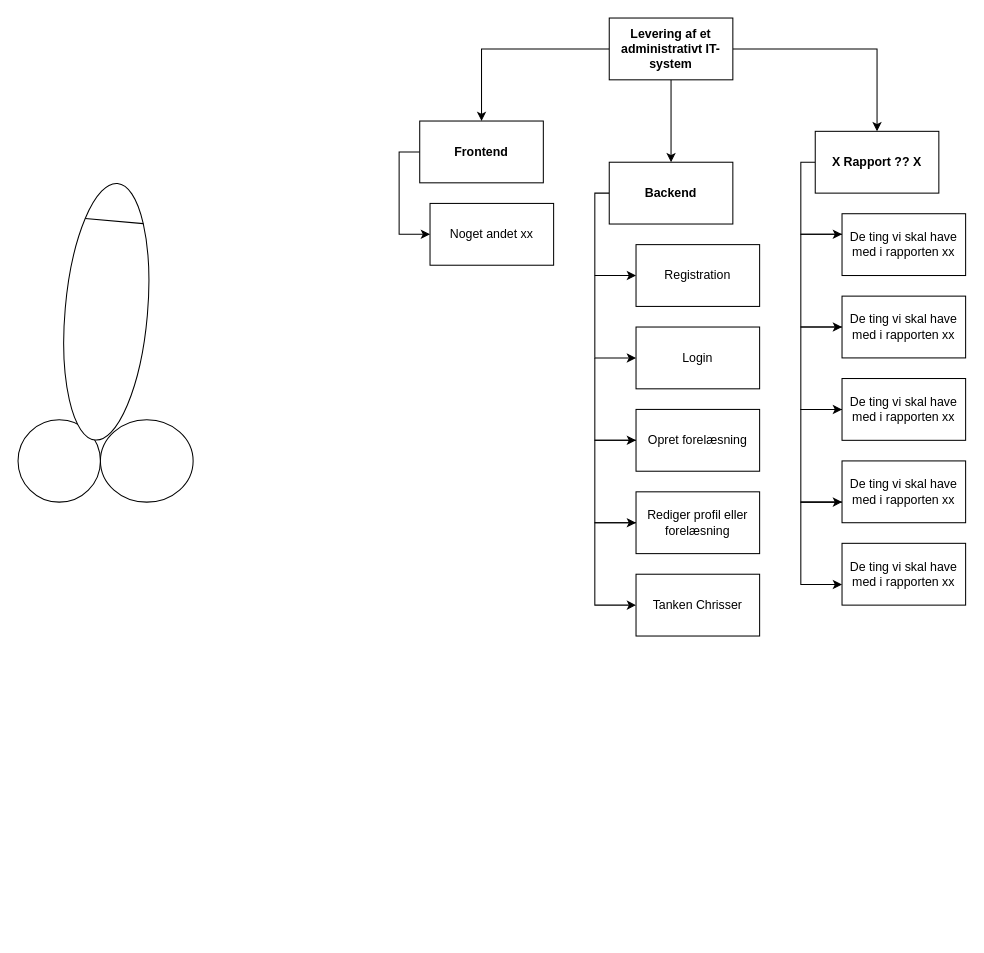
Earlier version of the draw.io diagram PBS ITP Diagram.drawio (ChrisMJAndre/GruppeProjekt-2). Source tidied: cells renumbered, new cells numbered last; positions are measured from the earlier drawing's top-left corner, leaving out a move shared by most shapes. Both pictures are drawn from the tidied source at 103%, with x=0, y=0 at pixel (-23, 18).
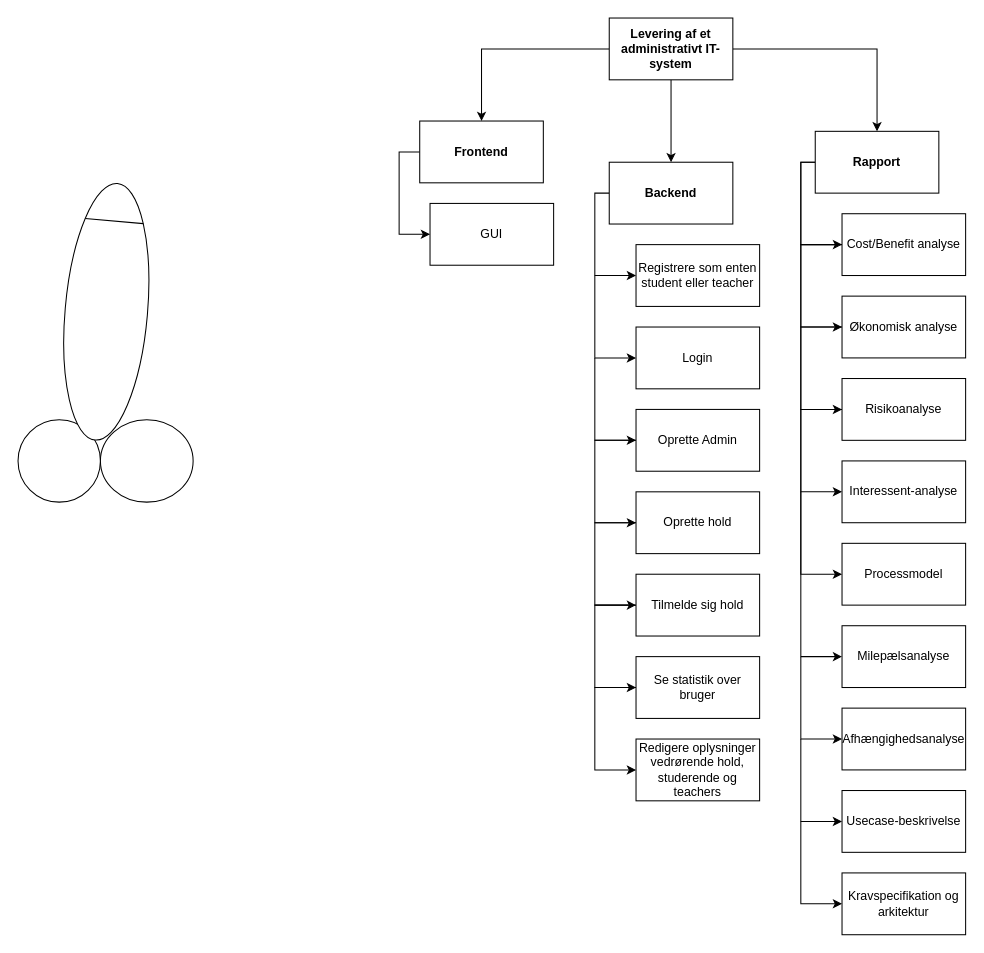
Above is the later version.

The edit, as a diff of the source:
```diff
@@
     <mxCell id="6" style="edgeStyle=orthogonalEdgeStyle;rounded=0;jettySize=auto;html=1;" parent="1" edge="1" source="7" target="9">
       <mxGeometry relative="1" as="geometry">
         <Array as="points">
           <mxPoint x="799" y="140" />
-          <mxPoint x="799" y="210" />
+          <mxPoint x="799" y="220" />
         </Array>
       </mxGeometry>
     </mxCell>
+    <mxCell id="35" style="edgeStyle=orthogonalEdgeStyle;rounded=0;jettySize=auto;html=1;entryX=0;entryY=0.5;entryDx=0;entryDy=0;" parent="1" edge="1" source="7" target="42">
+      <mxGeometry relative="1" as="geometry">
+        <Array as="points">
+          <mxPoint x="799" y="140" />
+          <mxPoint x="799" y="620" />
+        </Array>
+      </mxGeometry>
+    </mxCell>
-    <mxCell id="7" value="&lt;b&gt;X Rapport ?? X&lt;/b&gt;" style="rounded=0;whiteSpace=wrap;html=1;" parent="1" vertex="1">
+    <mxCell id="7" value="&lt;b&gt;Rapport&lt;/b&gt;" style="rounded=0;whiteSpace=wrap;html=1;" parent="1" vertex="1">
       <mxGeometry x="813" y="110" width="120" height="60" as="geometry" />
     </mxCell>
     <mxCell id="8" style="edgeStyle=orthogonalEdgeStyle;rounded=0;jettySize=auto;html=1;" parent="1" edge="1" source="9" target="11">
       <mxGeometry relative="1" as="geometry">
         <Array as="points">
-          <mxPoint x="799" y="210" />
+          <mxPoint x="799" y="220" />
           <mxPoint x="799" y="300" />
         </Array>
       </mxGeometry>
     </mxCell>
-    <mxCell id="9" value="De ting vi skal have med i rapporten xx" style="rounded=0;whiteSpace=wrap;html=1;" parent="1" vertex="1">
+    <mxCell id="9" value="Cost/Benefit analyse" style="rounded=0;whiteSpace=wrap;html=1;" parent="1" vertex="1">
       <mxGeometry x="839" y="190" width="120" height="60" as="geometry" />
     </mxCell>
@@
-    <mxCell id="11" value="De ting vi skal have med i rapporten xx" style="rounded=0;whiteSpace=wrap;html=1;" parent="1" vertex="1">
+    <mxCell id="11" value="Økonomisk analyse" style="rounded=0;whiteSpace=wrap;html=1;" parent="1" vertex="1">
       <mxGeometry x="839" y="270" width="120" height="60" as="geometry" />
     </mxCell>
-    <mxCell id="12" style="edgeStyle=orthogonalEdgeStyle;rounded=0;jettySize=auto;html=1;" parent="1" edge="1" source="13" target="15">
+    <mxCell id="12" style="edgeStyle=orthogonalEdgeStyle;rounded=0;jettySize=auto;html=1;entryX=0;entryY=0.5;entryDx=0;entryDy=0;" parent="1" edge="1" source="13" target="15">
       <mxGeometry relative="1" as="geometry">
         <Array as="points">
           <mxPoint x="799" y="380" />
-          <mxPoint x="799" y="470" />
+          <mxPoint x="799" y="460" />
         </Array>
       </mxGeometry>
     </mxCell>
-    <mxCell id="13" value="De ting vi skal have med i rapporten xx" style="rounded=0;whiteSpace=wrap;html=1;" parent="1" vertex="1">
+    <mxCell id="13" value="Risikoanalyse" style="rounded=0;whiteSpace=wrap;html=1;" parent="1" vertex="1">
       <mxGeometry x="839" y="350" width="120" height="60" as="geometry" />
     </mxCell>
-    <mxCell id="14" style="edgeStyle=orthogonalEdgeStyle;rounded=0;jettySize=auto;html=1;" parent="1" edge="1" source="15" target="16">
+    <mxCell id="14" style="edgeStyle=orthogonalEdgeStyle;rounded=0;jettySize=auto;html=1;" parent="1" edge="1" target="16">
       <mxGeometry relative="1" as="geometry">
+        <mxPoint x="799" y="460" as="sourcePoint" />
         <Array as="points">
-          <mxPoint x="799" y="470" />
-          <mxPoint x="799" y="550" />
+          <mxPoint x="799" y="540" />
         </Array>
       </mxGeometry>
     </mxCell>
-    <mxCell id="15" value="De ting vi skal have med i rapporten xx" style="rounded=0;whiteSpace=wrap;html=1;" parent="1" vertex="1">
+    <mxCell id="15" value="Interessent-analyse" style="rounded=0;whiteSpace=wrap;html=1;" parent="1" vertex="1">
       <mxGeometry x="839" y="430" width="120" height="60" as="geometry" />
     </mxCell>
-    <mxCell id="16" value="De ting vi skal have med i rapporten xx" style="rounded=0;whiteSpace=wrap;html=1;" parent="1" vertex="1">
+    <mxCell id="16" value="Processmodel" style="rounded=0;whiteSpace=wrap;html=1;" parent="1" vertex="1">
       <mxGeometry x="839" y="510" width="120" height="60" as="geometry" />
     </mxCell>
@@
-    <mxCell id="20" value="Registration" style="rounded=0;whiteSpace=wrap;html=1;" parent="1" vertex="1">
+    <mxCell id="20" value="Registrere som enten student eller teacher" style="rounded=0;whiteSpace=wrap;html=1;" parent="1" vertex="1">
       <mxGeometry x="639" y="220" width="120" height="60" as="geometry" />
     </mxCell>
@@
-    <mxCell id="24" value="Opret forelæsning" style="rounded=0;whiteSpace=wrap;html=1;" parent="1" vertex="1">
+    <mxCell id="24" value="Oprette Admin" style="rounded=0;whiteSpace=wrap;html=1;" parent="1" vertex="1">
       <mxGeometry x="639" y="380" width="120" height="60" as="geometry" />
     </mxCell>
@@
-    <mxCell id="26" value="Rediger profil eller forelæsning" style="rounded=0;whiteSpace=wrap;html=1;" parent="1" vertex="1">
+    <mxCell id="26" value="Oprette hold" style="rounded=0;whiteSpace=wrap;html=1;" parent="1" vertex="1">
       <mxGeometry x="639" y="460" width="120" height="60" as="geometry" />
     </mxCell>
-    <mxCell id="27" value="Tanken Chrisser" style="rounded=0;whiteSpace=wrap;html=1;" parent="1" vertex="1">
+    <mxCell id="27" value="Tilmelde sig hold" style="rounded=0;whiteSpace=wrap;html=1;" parent="1" vertex="1">
       <mxGeometry x="639" y="540" width="120" height="60" as="geometry" />
     </mxCell>
@@
-    <mxCell id="30" value="Noget andet xx" style="rounded=0;whiteSpace=wrap;html=1;" parent="1" vertex="1">
+    <mxCell id="30" value="GUI" style="rounded=0;whiteSpace=wrap;html=1;" parent="1" vertex="1">
       <mxGeometry x="439" y="180" width="120" height="60" as="geometry" />
     </mxCell>
@@
+    <mxCell id="36" style="edgeStyle=orthogonalEdgeStyle;rounded=0;orthogonalLoop=1;jettySize=auto;html=1;" parent="1" edge="1">
+      <mxGeometry relative="1" as="geometry">
+        <mxPoint x="639" y="570" as="sourcePoint" />
+        <mxPoint x="639" y="650" as="targetPoint" />
+        <Array as="points">
+          <mxPoint x="599" y="570" />
+          <mxPoint x="599" y="650" />
+        </Array>
+      </mxGeometry>
+    </mxCell>
+    <mxCell id="37" style="edgeStyle=orthogonalEdgeStyle;rounded=0;orthogonalLoop=1;jettySize=auto;html=1;" parent="1" edge="1">
+      <mxGeometry relative="1" as="geometry">
+        <mxPoint x="639" y="650" as="sourcePoint" />
+        <mxPoint x="639" y="730" as="targetPoint" />
+        <Array as="points">
+          <mxPoint x="599" y="650" />
+          <mxPoint x="599" y="730" />
+        </Array>
+      </mxGeometry>
+    </mxCell>
+    <mxCell id="38" value="Redigere oplysninger vedrørende hold, studerende og teachers" style="rounded=0;whiteSpace=wrap;html=1;" parent="1" vertex="1">
+      <mxGeometry x="639" y="700" width="120" height="60" as="geometry" />
+    </mxCell>
+    <mxCell id="39" value="Se statistik over bruger" style="rounded=0;whiteSpace=wrap;html=1;" parent="1" vertex="1">
+      <mxGeometry x="639" y="620" width="120" height="60" as="geometry" />
+    </mxCell>
+    <mxCell id="40" value="Afhængighedsanalyse" style="rounded=0;whiteSpace=wrap;html=1;" parent="1" vertex="1">
+      <mxGeometry x="839" y="670" width="120" height="60" as="geometry" />
+    </mxCell>
+    <mxCell id="41" style="edgeStyle=orthogonalEdgeStyle;rounded=0;jettySize=auto;html=1;entryX=0;entryY=0.5;entryDx=0;entryDy=0;" parent="1" edge="1" target="40">
+      <mxGeometry relative="1" as="geometry">
+        <mxPoint x="799" y="620" as="sourcePoint" />
+        <Array as="points">
+          <mxPoint x="799" y="620" />
+          <mxPoint x="799" y="700" />
+        </Array>
+      </mxGeometry>
+    </mxCell>
+    <mxCell id="42" value="Milepælsanalyse" style="rounded=0;whiteSpace=wrap;html=1;" parent="1" vertex="1">
+      <mxGeometry x="839" y="590" width="120" height="60" as="geometry" />
+    </mxCell>
+    <mxCell id="43" style="edgeStyle=orthogonalEdgeStyle;rounded=0;orthogonalLoop=1;jettySize=auto;html=1;entryX=0;entryY=0.5;entryDx=0;entryDy=0;" parent="1" edge="1">
+      <mxGeometry relative="1" as="geometry">
+        <mxPoint x="799" y="700" as="sourcePoint" />
+        <mxPoint x="839" y="780" as="targetPoint" />
+        <Array as="points">
+          <mxPoint x="799" y="700" />
+          <mxPoint x="799" y="780" />
+        </Array>
+      </mxGeometry>
+    </mxCell>
+    <mxCell id="44" value="Usecase-beskrivelse" style="rounded=0;whiteSpace=wrap;html=1;" parent="1" vertex="1">
+      <mxGeometry x="839" y="750" width="120" height="60" as="geometry" />
+    </mxCell>
+    <mxCell id="45" value="Kravspecifikation og arkitektur" style="rounded=0;whiteSpace=wrap;html=1;" parent="1" vertex="1">
+      <mxGeometry x="839" y="830" width="120" height="60" as="geometry" />
+    </mxCell>
+    <mxCell id="46" style="edgeStyle=orthogonalEdgeStyle;rounded=0;orthogonalLoop=1;jettySize=auto;html=1;entryX=0;entryY=0.5;entryDx=0;entryDy=0;" parent="1" edge="1">
+      <mxGeometry relative="1" as="geometry">
+        <mxPoint x="799" y="780" as="sourcePoint" />
+        <mxPoint x="839" y="860" as="targetPoint" />
+        <Array as="points">
+          <mxPoint x="799" y="780" />
+          <mxPoint x="799" y="860" />
+        </Array>
+      </mxGeometry>
+    </mxCell>
```
